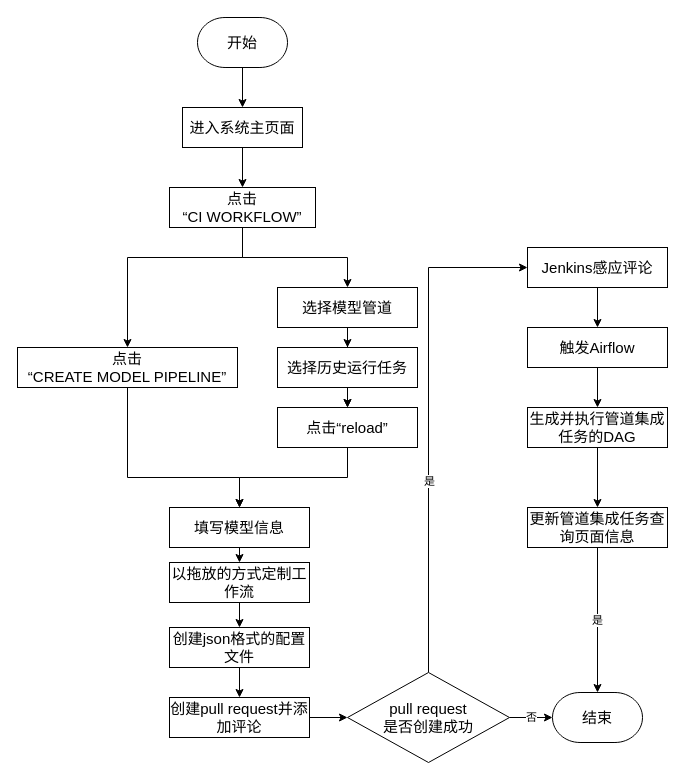
The draw.io diagram 管道集成任务构建流程图.drawio in Sequin-hdd/COINFO, before the edit. Source tidied: cells renumbered, new cells numbered last; positions are measured from the earlier drawing's top-left corner, leaving out a move shared by most shapes. Both pictures are drawn from the tidied source at 100%, with x=0, y=0 at pixel (17, 17).
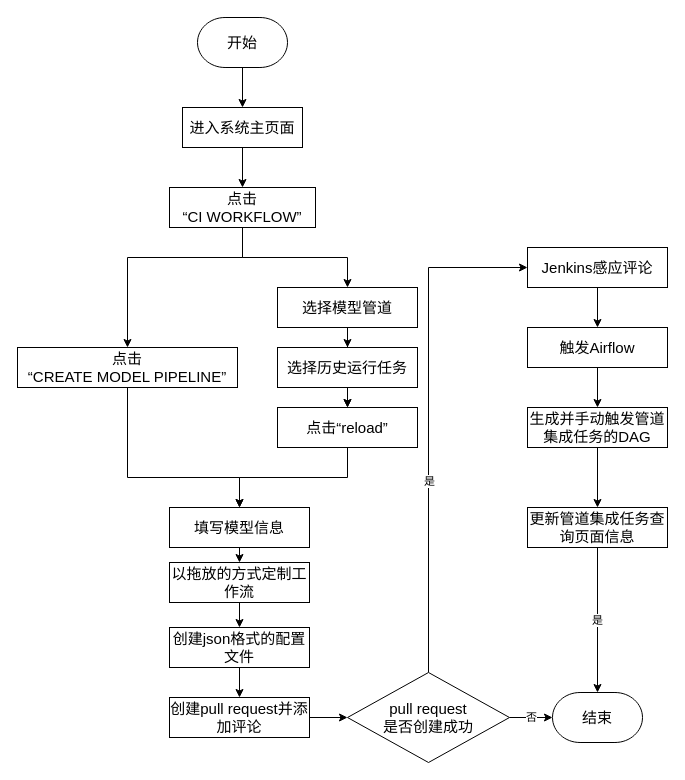
The same page after the edit.

Commit message:
更新管道集成任务构建流程图.drawio

Change to the diagram source:
```diff
@@
-    <mxCell id="31" value="&lt;span style=&quot;font-size: 15px&quot;&gt;生成并执行管道集成任务的DAG&lt;br&gt;&lt;/span&gt;" style="rounded=0;whiteSpace=wrap;html=1;" parent="1" vertex="1">
+    <mxCell id="31" value="&lt;span style=&quot;font-size: 15px&quot;&gt;生成并手动触发管道集成任务的DAG&lt;br&gt;&lt;/span&gt;" style="rounded=0;whiteSpace=wrap;html=1;" parent="1" vertex="1">
       <mxGeometry x="510" y="390" width="140" height="40" as="geometry" />
     </mxCell>
```
